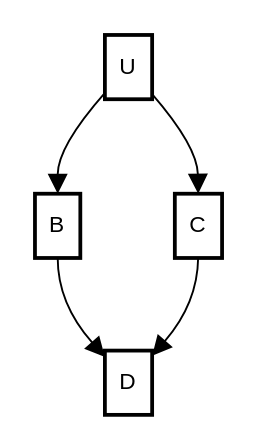
This is page "Page-2" (2 of 2) of f2.drawio from svareddy1/firstgithub, a draw.io file, before an edit. Source tidied: cells renumbered, new cells numbered last; positions are measured from the earlier drawing's top-left corner, leaving out a move shared by most shapes. Both pictures are drawn from the tidied source at 189%, with x=0, y=0 at pixel (34, 34).
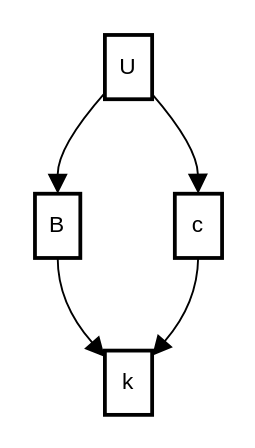
The same diagram, later.

What changed in the source:
```diff
@@
 <mxGraphModel>
   <root>
     <mxCell id="0" />
     <mxCell id="1" parent="0" />
     <mxCell id="2" value="U" style="whiteSpace=wrap;strokeWidth=2;" parent="1" vertex="1">
       <mxGeometry x="37" width="25" height="34" as="geometry" />
     </mxCell>
     <mxCell id="3" value="B" style="whiteSpace=wrap;strokeWidth=2;" parent="1" vertex="1">
       <mxGeometry y="84" width="24" height="34" as="geometry" />
     </mxCell>
-    <mxCell id="4" value="C" style="whiteSpace=wrap;strokeWidth=2;" parent="1" vertex="1">
+    <mxCell id="4" value="c" style="whiteSpace=wrap;strokeWidth=2;" parent="1" vertex="1">
       <mxGeometry x="74" y="84" width="25" height="34" as="geometry" />
     </mxCell>
-    <mxCell id="5" value="D" style="whiteSpace=wrap;strokeWidth=2;" parent="1" vertex="1">
+    <mxCell id="5" value="k" style="whiteSpace=wrap;strokeWidth=2;" parent="1" vertex="1">
       <mxGeometry x="37" y="167" width="25" height="34" as="geometry" />
     </mxCell>
     <mxCell id="6" style="curved=1;startArrow=none;endArrow=block;exitX=-0.01989583969116211;exitY=0.9152025294955585;entryX=0.5013020833333334;entryY=-0.00980388416963465;rounded=0;fontSize=12;startSize=8;endSize=8;" parent="1" edge="1" source="2" target="3">
       <mxGeometry relative="1" as="geometry">
         <Array as="points">
           <mxPoint x="12" y="59" />
         </Array>
       </mxGeometry>
     </mxCell>
     <mxCell id="7" style="curved=1;startArrow=none;endArrow=block;exitX=0.9951041603088379;exitY=0.9152025294955585;entryX=0.4939583206176758;entryY=-0.00980388416963465;rounded=0;fontSize=12;startSize=8;endSize=8;" parent="1" edge="1" source="2" target="4">
       <mxGeometry relative="1" as="geometry">
         <Array as="points">
           <mxPoint x="86" y="59" />
         </Array>
       </mxGeometry>
     </mxCell>
     <mxCell id="8" style="curved=1;startArrow=none;endArrow=block;exitX=0.5013020833333334;exitY=0.9803922316607308;entryX=-0.012395839691162109;entryY=0.09100602316812502;rounded=0;fontSize=12;startSize=8;endSize=8;" parent="1" edge="1" source="3" target="5">
       <mxGeometry relative="1" as="geometry">
         <Array as="points">
           <mxPoint x="12" y="142" />
         </Array>
       </mxGeometry>
     </mxCell>
     <mxCell id="9" style="curved=1;startArrow=none;endArrow=block;exitX=0.4939583206176758;exitY=0.9803922316607308;entryX=0.9876041603088379;entryY=0.09100602316812502;rounded=0;fontSize=12;startSize=8;endSize=8;" parent="1" edge="1" source="4" target="5">
       <mxGeometry relative="1" as="geometry">
         <Array as="points">
           <mxPoint x="86" y="142" />
         </Array>
       </mxGeometry>
     </mxCell>
   </root>
 </mxGraphModel>
```
